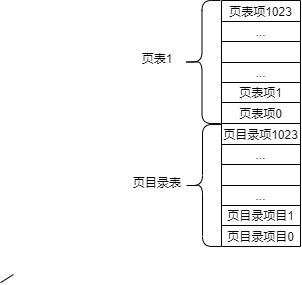
Above: OS/OS分页机制.drawio.png in SixPlusAndTimes/drawio (draw.io), before the change. Source tidied: cells renumbered, new cells last; positions are measured from the earlier drawing's top-left corner, leaving out a move shared by most shapes.
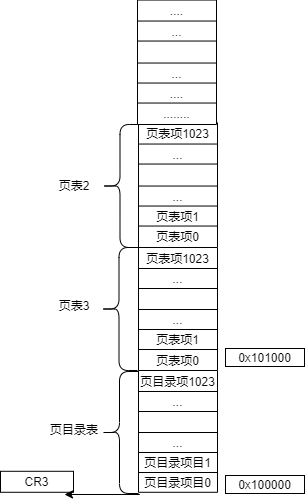
Above is the later version.

What changed in the source:
```diff
@@ -2,14 +2,8 @@
   <root>
     <mxCell id="0" />
     <mxCell id="1" parent="0" />
-    <mxCell id="2" style="endArrow=none;html=1;rounded=0;" parent="1" edge="1">
-      <mxGeometry relative="1" as="geometry">
-        <mxPoint x="13" y="274" as="sourcePoint" />
-        <mxPoint y="282.2" as="targetPoint" />
-      </mxGeometry>
-    </mxCell>
     <mxCell id="3" style="shape=table;startSize=0;" parent="1" vertex="1">
-      <mxGeometry x="221" y="123" width="79" height="123" as="geometry" />
+      <mxGeometry x="221" y="123" width="79" height="121.8" as="geometry" />
     </mxCell>
     <mxCell id="4" style="shape=tableRow;horizontal=0;startSize=0;swimlaneHead=0;swimlaneBody=0;top=0;left=0;bottom=0;right=0;fillColor=none;" parent="3" vertex="1">
       <mxGeometry width="79" height="21" as="geometry" />
@@ -42,10 +36,10 @@
       <mxGeometry width="79" height="20" as="geometry" />
     </mxCell>
     <mxCell id="14" style="shape=tableRow;horizontal=0;startSize=0;swimlaneHead=0;swimlaneBody=0;top=0;left=0;bottom=0;right=0;fillColor=none;" parent="3" vertex="1">
-      <mxGeometry y="102" width="79" height="21" as="geometry" />
+      <mxGeometry y="102" width="79" height="20" as="geometry" />
     </mxCell>
     <mxCell id="15" value="页目录项目0" style="shape=partialRectangle;html=1;whiteSpace=wrap;overflow=hidden;fillColor=none;top=0;left=0;bottom=0;right=0;" parent="14" vertex="1">
-      <mxGeometry width="79" height="21" as="geometry" />
+      <mxGeometry width="79" height="20" as="geometry" />
     </mxCell>
     <mxCell id="16" style="shape=table;startSize=0;" parent="1" vertex="1">
       <mxGeometry x="221" width="79" height="123" as="geometry" />
@@ -89,7 +83,7 @@
     <mxCell id="29" style="shape=curlyBracket;whiteSpace=wrap;html=1;rounded=1;" parent="1" vertex="1">
       <mxGeometry x="183" y="124" width="38" height="122" as="geometry" />
     </mxCell>
-    <mxCell id="30" value="页表1" style="text;html=1;strokeColor=none;fillColor=none;align=center;verticalAlign=middle;whiteSpace=wrap;rounded=0;" parent="1" vertex="1">
+    <mxCell id="30" value="页表3" style="text;html=1;strokeColor=none;fillColor=none;align=center;verticalAlign=middle;whiteSpace=wrap;rounded=0;" parent="1" vertex="1">
       <mxGeometry x="127" y="43" width="60" height="30" as="geometry" />
     </mxCell>
     <mxCell id="31" value="页目录表" style="text;html=1;strokeColor=none;fillColor=none;align=center;verticalAlign=middle;whiteSpace=wrap;rounded=0;" parent="1" vertex="1">
@@ -98,5 +92,103 @@
     <mxCell id="32" style="shape=curlyBracket;whiteSpace=wrap;html=1;rounded=1;" parent="1" vertex="1">
       <mxGeometry x="183" width="37" height="123" as="geometry" />
     </mxCell>
+    <mxCell id="33" style="shape=table;startSize=0;" parent="1" vertex="1">
+      <mxGeometry x="221" y="-124.5" width="79" height="124.5" as="geometry" />
+    </mxCell>
+    <mxCell id="34" style="shape=tableRow;horizontal=0;startSize=0;swimlaneHead=0;swimlaneBody=0;top=0;left=0;bottom=0;right=0;fillColor=none;" parent="33" vertex="1">
+      <mxGeometry width="79" height="21" as="geometry" />
+    </mxCell>
+    <mxCell id="35" value="页表项1023" style="shape=partialRectangle;html=1;whiteSpace=wrap;overflow=hidden;fillColor=none;top=0;left=0;bottom=0;right=0;" parent="34" vertex="1">
+      <mxGeometry width="79" height="21" as="geometry" />
+    </mxCell>
+    <mxCell id="36" style="shape=tableRow;horizontal=0;startSize=0;swimlaneHead=0;swimlaneBody=0;top=0;left=0;bottom=0;right=0;fillColor=none;" parent="33" vertex="1">
+      <mxGeometry y="21" width="79" height="20" as="geometry" />
+    </mxCell>
+    <mxCell id="37" value="..." style="shape=partialRectangle;html=1;whiteSpace=wrap;overflow=hidden;fillColor=none;top=0;left=0;bottom=0;right=0;" parent="36" vertex="1">
+      <mxGeometry width="79" height="20" as="geometry" />
+    </mxCell>
+    <mxCell id="38" style="shape=tableRow;horizontal=0;startSize=0;swimlaneHead=0;swimlaneBody=0;top=0;left=0;bottom=0;right=0;fillColor=none;" parent="33" vertex="1">
+      <mxGeometry y="41" width="79" height="22" as="geometry" />
+    </mxCell>
+    <mxCell id="39" style="shape=partialRectangle;html=1;whiteSpace=wrap;overflow=hidden;fillColor=none;top=0;left=0;bottom=0;right=0;" parent="38" vertex="1">
+      <mxGeometry width="79" height="22" as="geometry" />
+    </mxCell>
+    <mxCell id="40" style="shape=tableRow;horizontal=0;startSize=0;swimlaneHead=0;swimlaneBody=0;top=0;left=0;bottom=0;right=0;fillColor=none;" parent="33" vertex="1">
+      <mxGeometry y="63" width="79" height="20" as="geometry" />
+    </mxCell>
+    <mxCell id="41" value="..." style="shape=partialRectangle;html=1;whiteSpace=wrap;overflow=hidden;fillColor=none;top=0;left=0;bottom=0;right=0;" parent="40" vertex="1">
+      <mxGeometry width="79" height="20" as="geometry" />
+    </mxCell>
+    <mxCell id="42" style="shape=tableRow;horizontal=0;startSize=0;swimlaneHead=0;swimlaneBody=0;top=0;left=0;bottom=0;right=0;fillColor=none;" parent="33" vertex="1">
+      <mxGeometry y="83" width="79" height="20" as="geometry" />
+    </mxCell>
+    <mxCell id="43" value="页表项1" style="shape=partialRectangle;html=1;whiteSpace=wrap;overflow=hidden;fillColor=none;top=0;left=0;bottom=0;right=0;" parent="42" vertex="1">
+      <mxGeometry width="79" height="20" as="geometry" />
+    </mxCell>
+    <mxCell id="44" style="shape=tableRow;horizontal=0;startSize=0;swimlaneHead=0;swimlaneBody=0;top=0;left=0;bottom=0;right=0;fillColor=none;" parent="33" vertex="1">
+      <mxGeometry y="103" width="79" height="21" as="geometry" />
+    </mxCell>
+    <mxCell id="45" value="页表项0" style="shape=partialRectangle;html=1;whiteSpace=wrap;overflow=hidden;fillColor=none;top=0;left=0;bottom=0;right=0;" parent="44" vertex="1">
+      <mxGeometry width="79" height="21" as="geometry" />
+    </mxCell>
+    <mxCell id="46" value="页表2" style="text;html=1;strokeColor=none;fillColor=none;align=center;verticalAlign=middle;whiteSpace=wrap;rounded=0;" parent="1" vertex="1">
+      <mxGeometry x="127" y="-77.2" width="60" height="30" as="geometry" />
+    </mxCell>
+    <mxCell id="47" style="shape=curlyBracket;whiteSpace=wrap;html=1;rounded=1;" parent="1" vertex="1">
+      <mxGeometry x="184" y="-123" width="37" height="123" as="geometry" />
+    </mxCell>
+    <mxCell id="48" style="shape=table;startSize=0;" parent="1" vertex="1">
+      <mxGeometry x="220" y="-247.5" width="79" height="124.5" as="geometry" />
+    </mxCell>
+    <mxCell id="49" style="shape=tableRow;horizontal=0;startSize=0;swimlaneHead=0;swimlaneBody=0;top=0;left=0;bottom=0;right=0;fillColor=none;" parent="48" vertex="1">
+      <mxGeometry width="79" height="21" as="geometry" />
+    </mxCell>
+    <mxCell id="50" value="...." style="shape=partialRectangle;html=1;whiteSpace=wrap;overflow=hidden;fillColor=none;top=0;left=0;bottom=0;right=0;" parent="49" vertex="1">
+      <mxGeometry width="79" height="21" as="geometry" />
+    </mxCell>
+    <mxCell id="51" style="shape=tableRow;horizontal=0;startSize=0;swimlaneHead=0;swimlaneBody=0;top=0;left=0;bottom=0;right=0;fillColor=none;" parent="48" vertex="1">
+      <mxGeometry y="21" width="79" height="20" as="geometry" />
+    </mxCell>
+    <mxCell id="52" value="..." style="shape=partialRectangle;html=1;whiteSpace=wrap;overflow=hidden;fillColor=none;top=0;left=0;bottom=0;right=0;" parent="51" vertex="1">
+      <mxGeometry width="79" height="20" as="geometry" />
+    </mxCell>
+    <mxCell id="53" style="shape=tableRow;horizontal=0;startSize=0;swimlaneHead=0;swimlaneBody=0;top=0;left=0;bottom=0;right=0;fillColor=none;" parent="48" vertex="1">
+      <mxGeometry y="41" width="79" height="22" as="geometry" />
+    </mxCell>
+    <mxCell id="54" style="shape=partialRectangle;html=1;whiteSpace=wrap;overflow=hidden;fillColor=none;top=0;left=0;bottom=0;right=0;" parent="53" vertex="1">
+      <mxGeometry width="79" height="22" as="geometry" />
+    </mxCell>
+    <mxCell id="55" style="shape=tableRow;horizontal=0;startSize=0;swimlaneHead=0;swimlaneBody=0;top=0;left=0;bottom=0;right=0;fillColor=none;" parent="48" vertex="1">
+      <mxGeometry y="63" width="79" height="20" as="geometry" />
+    </mxCell>
+    <mxCell id="56" value="..." style="shape=partialRectangle;html=1;whiteSpace=wrap;overflow=hidden;fillColor=none;top=0;left=0;bottom=0;right=0;" parent="55" vertex="1">
+      <mxGeometry width="79" height="20" as="geometry" />
+    </mxCell>
+    <mxCell id="57" style="shape=tableRow;horizontal=0;startSize=0;swimlaneHead=0;swimlaneBody=0;top=0;left=0;bottom=0;right=0;fillColor=none;" parent="48" vertex="1">
+      <mxGeometry y="83" width="79" height="20" as="geometry" />
+    </mxCell>
+    <mxCell id="58" value="...." style="shape=partialRectangle;html=1;whiteSpace=wrap;overflow=hidden;fillColor=none;top=0;left=0;bottom=0;right=0;" parent="57" vertex="1">
+      <mxGeometry width="79" height="20" as="geometry" />
+    </mxCell>
+    <mxCell id="59" style="shape=tableRow;horizontal=0;startSize=0;swimlaneHead=0;swimlaneBody=0;top=0;left=0;bottom=0;right=0;fillColor=none;" parent="48" vertex="1">
+      <mxGeometry y="103" width="79" height="21" as="geometry" />
+    </mxCell>
+    <mxCell id="60" value="........" style="shape=partialRectangle;html=1;whiteSpace=wrap;overflow=hidden;fillColor=none;top=0;left=0;bottom=0;right=0;" parent="59" vertex="1">
+      <mxGeometry width="79" height="21" as="geometry" />
+    </mxCell>
+    <mxCell id="61" value="CR3" style="rounded=0;whiteSpace=wrap;html=1;" parent="1" vertex="1">
+      <mxGeometry x="83" y="223.8" width="73" height="21" as="geometry" />
+    </mxCell>
+    <mxCell id="62" style="endArrow=classic;html=1;rounded=0;exitX=1.035;exitY=1.008;exitDx=0;exitDy=0;exitPerimeter=0;" parent="1" edge="1" source="29">
+      <mxGeometry relative="1" as="geometry">
+        <mxPoint x="147" y="247" as="targetPoint" />
+      </mxGeometry>
+    </mxCell>
+    <mxCell id="63" value="0x100000" style="rounded=0;whiteSpace=wrap;html=1;" parent="1" vertex="1">
+      <mxGeometry x="308" y="228" width="79" height="18" as="geometry" />
+    </mxCell>
+    <mxCell id="64" value="0x101000" style="rounded=0;whiteSpace=wrap;html=1;" parent="1" vertex="1">
+      <mxGeometry x="308" y="101" width="79" height="18" as="geometry" />
+    </mxCell>
   </root>
 </mxGraphModel>
```
